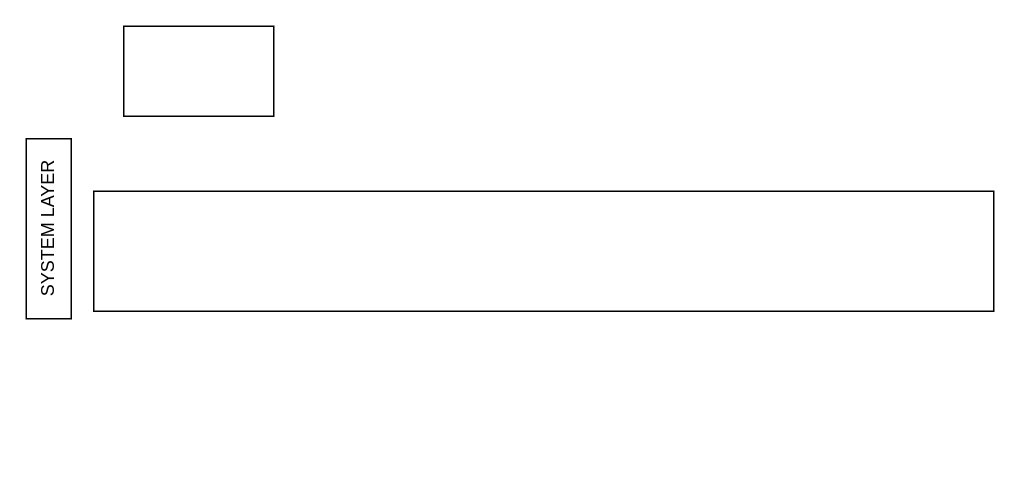
arijit-chaudhury/demo keeps this draw.io diagram as src/main/resources/interview_workflow.drawio. Above is the earlier version. Source tidied: cells renumbered, new cells numbered last; positions are measured from the earlier drawing's top-left corner, leaving out a move shared by most shapes. Both pictures are drawn from the tidied source at 150%, with x=0, y=0 at pixel (-42, 26).
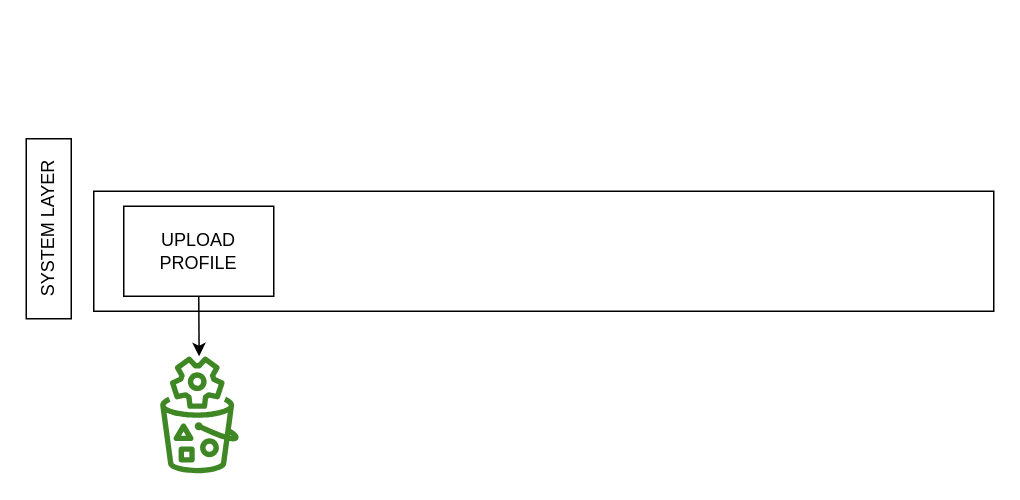
The same diagram, later.

Change to the diagram source:
```diff
@@
 <mxGraphModel>
   <root>
     <mxCell id="0" />
     <mxCell id="1" parent="0" />
     <mxCell id="2" style="rounded=0;whiteSpace=wrap;html=1;" parent="1" vertex="1">
       <mxGeometry x="90" y="110" width="600" height="80" as="geometry" />
     </mxCell>
     <mxCell id="3" value="SYSTEM LAYER" style="rounded=0;whiteSpace=wrap;html=1;rotation=-90;" parent="1" vertex="1">
       <mxGeometry y="120" width="120" height="30" as="geometry" />
     </mxCell>
-    <mxCell id="4" style="rounded=0;whiteSpace=wrap;html=1;" parent="1" vertex="1">
-      <mxGeometry x="110" width="100" height="60" as="geometry" />
+    <mxCell id="4" value="UPLOAD PROFILE" style="rounded=0;whiteSpace=wrap;html=1;" parent="1" vertex="1">
+      <mxGeometry x="110" y="120" width="100" height="60" as="geometry" />
     </mxCell>
+    <mxCell id="5" style="sketch=0;outlineConnect=0;fontColor=#232F3E;gradientColor=none;fillColor=#3F8624;strokeColor=none;dashed=0;verticalLabelPosition=bottom;verticalAlign=top;align=center;html=1;fontSize=12;fontStyle=0;shape=mxgraph.aws4.s3_object_lambda;" parent="1" vertex="1">
+      <mxGeometry x="134" y="220" width="53" height="78" as="geometry" />
+    </mxCell>
+    <mxCell id="6" style="endArrow=classic;html=1;rounded=0;exitX=0.5;exitY=1;exitDx=0;exitDy=0;" parent="1" edge="1" source="4" target="5">
+      <mxGeometry relative="1" as="geometry" />
+    </mxCell>
   </root>
 </mxGraphModel>
```
